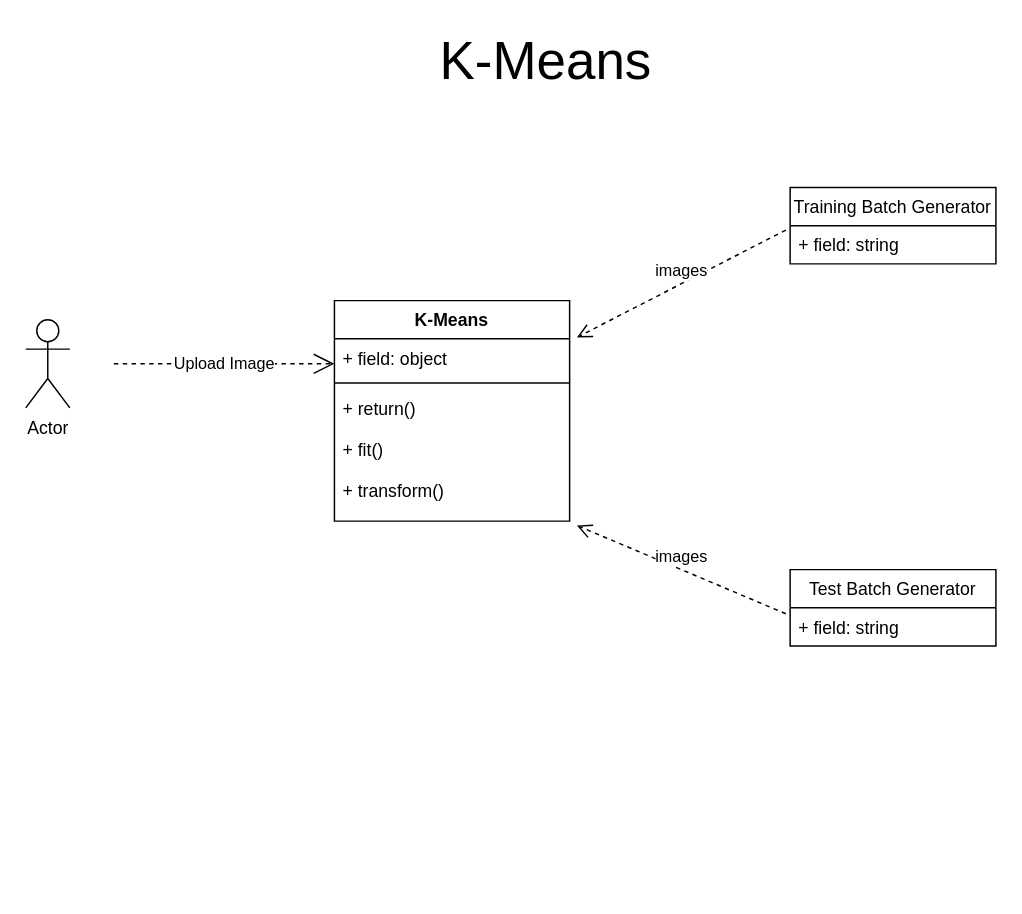
Above: drawioFiles/K-Means.drawio in yoyomolinas/smart-product-recommender (draw.io), before the change. Source tidied: cells renumbered, new cells numbered last; positions are measured from the earlier drawing's top-left corner, leaving out a move shared by most shapes. Both pictures are drawn from the tidied source at 147%, with x=0, y=0 at pixel (25, 25).
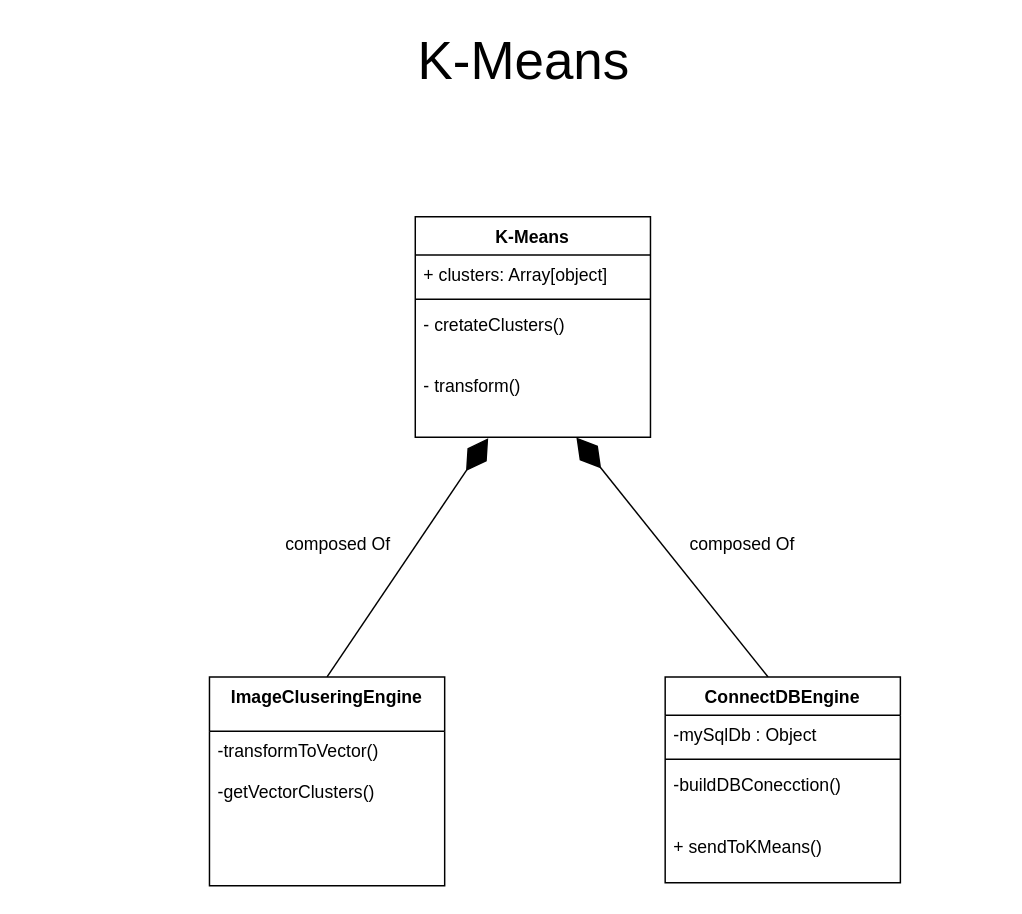
After the change.

Commit message:
renewed kMeans

What changed in the source:
```diff
@@
 <mxGraphModel>
   <root>
     <mxCell id="0" />
     <mxCell id="1" parent="0" />
     <mxCell id="2" value="&lt;font style=&quot;font-size: 36px&quot;&gt;K-Means&lt;/font&gt;" style="text;html=1;align=left;verticalAlign=top;spacingTop=-4;" parent="1" vertex="1">
-      <mxGeometry x="280" width="160" height="20" as="geometry" />
+      <mxGeometry x="265" width="160" height="20" as="geometry" />
     </mxCell>
-    <mxCell id="3" value="Actor" style="shape=umlActor;verticalLabelPosition=bottom;labelBackgroundColor=#ffffff;verticalAlign=top;html=1;" parent="1" vertex="1">
-      <mxGeometry y="200" width="30" height="60" as="geometry" />
-    </mxCell>
-    <mxCell id="4" value="Upload Image" style="endArrow=open;endSize=12;dashed=1;html=1;" parent="1" edge="1">
-      <mxGeometry relative="1" as="geometry">
-        <mxPoint x="60" y="230" as="sourcePoint" />
-        <mxPoint x="210" y="230" as="targetPoint" />
-      </mxGeometry>
-    </mxCell>
     <mxCell id="5" value="K-Means" style="swimlane;fontStyle=1;align=center;verticalAlign=top;horizontal=1;startSize=26;" parent="1" vertex="1">
-      <mxGeometry x="210" y="187" width="160" height="150" as="geometry" />
+      <mxGeometry x="265" y="130" width="160" height="150" as="geometry" />
     </mxCell>
-    <mxCell id="6" value="+ field: object" style="text;strokeColor=none;fillColor=none;align=left;verticalAlign=top;spacingLeft=4;spacingRight=4;overflow=hidden;points=[[0,0.5],[1,0.5]];portConstraint=eastwest;" parent="5" vertex="1">
+    <mxCell id="6" value="+ clusters: Array[object]" style="text;strokeColor=none;fillColor=none;align=left;verticalAlign=top;spacingLeft=4;spacingRight=4;overflow=hidden;points=[[0,0.5],[1,0.5]];portConstraint=eastwest;" parent="5" vertex="1">
       <mxGeometry y="26" width="160" height="26" as="geometry" />
     </mxCell>
     <mxCell id="7" style="line;strokeWidth=1;fillColor=none;align=left;verticalAlign=middle;spacingTop=-1;spacingLeft=3;spacingRight=3;labelPosition=right;" parent="5" vertex="1">
       <mxGeometry y="52" width="160" height="8" as="geometry" />
     </mxCell>
-    <mxCell id="8" value="+ return()&#10;&#10;+ fit()&#10;&#10;+ transform()" style="text;strokeColor=none;fillColor=none;align=left;verticalAlign=top;spacingLeft=4;spacingRight=4;overflow=hidden;points=[[0,0.5],[1,0.5]];portConstraint=eastwest;" parent="5" vertex="1">
+    <mxCell id="8" value="- cretateClusters()&#10;&#10;&#10;- transform()" style="text;strokeColor=none;fillColor=none;align=left;verticalAlign=top;spacingLeft=4;spacingRight=4;overflow=hidden;points=[[0,0.5],[1,0.5]];portConstraint=eastwest;" parent="5" vertex="1">
       <mxGeometry y="60" width="160" height="90" as="geometry" />
     </mxCell>
-    <mxCell id="9" value="Training Batch Generator" style="swimlane;fontStyle=0;horizontal=1;startSize=26;fillColor=none;" parent="1" vertex="1">
-      <mxGeometry x="520" y="110" width="140" height="52" as="geometry" />
-    </mxCell>
-    <mxCell id="10" value="+ field: string" style="text;strokeColor=none;fillColor=none;align=left;verticalAlign=top;spacingLeft=4;spacingRight=4;overflow=hidden;points=[[0,0.5],[1,0.5]];portConstraint=eastwest;" parent="9" vertex="1">
-      <mxGeometry y="26" width="140" height="26" as="geometry" />
-    </mxCell>
-    <mxCell id="11" value="Test Batch Generator" style="swimlane;fontStyle=0;horizontal=1;startSize=26;fillColor=none;" parent="1" vertex="1">
-      <mxGeometry x="520" y="370" width="140" height="52" as="geometry" />
-    </mxCell>
-    <mxCell id="12" value="+ field: string" style="text;strokeColor=none;fillColor=none;align=left;verticalAlign=top;spacingLeft=4;spacingRight=4;overflow=hidden;points=[[0,0.5],[1,0.5]];portConstraint=eastwest;" parent="11" vertex="1">
-      <mxGeometry y="26" width="140" height="26" as="geometry" />
-    </mxCell>
-    <mxCell id="13" value="images" style="html=1;verticalAlign=bottom;endArrow=open;dashed=1;endSize=8;exitX=-0.021;exitY=0.154;exitDx=0;exitDy=0;exitPerimeter=0;entryX=1.031;entryY=1.033;entryDx=0;entryDy=0;entryPerimeter=0;" parent="1" edge="1" source="12" target="8">
-      <mxGeometry relative="1" as="geometry" />
-    </mxCell>
-    <mxCell id="14" value="images" style="html=1;verticalAlign=bottom;endArrow=open;dashed=1;endSize=8;exitX=-0.021;exitY=0.115;exitDx=0;exitDy=0;exitPerimeter=0;entryX=1.031;entryY=-0.038;entryDx=0;entryDy=0;entryPerimeter=0;" parent="1" edge="1" source="10" target="6">
-      <mxGeometry relative="1" as="geometry" />
-    </mxCell>
+    <mxCell id="15" style="endArrow=diamondThin;endFill=1;endSize=24;html=1;entryX=0.31;entryY=1.007;entryDx=0;entryDy=0;entryPerimeter=0;" parent="1" edge="1" target="8">
+      <mxGeometry relative="1" as="geometry">
+        <mxPoint x="205" y="443" as="sourcePoint" />
+      </mxGeometry>
+    </mxCell>
+    <mxCell id="16" style="endArrow=diamondThin;endFill=1;endSize=24;html=1;entryX=0.31;entryY=1.007;entryDx=0;entryDy=0;entryPerimeter=0;" parent="1" edge="1">
+      <mxGeometry relative="1" as="geometry">
+        <mxPoint x="505" y="443" as="sourcePoint" />
+        <mxPoint x="374.6" y="280.1" as="targetPoint" />
+      </mxGeometry>
+    </mxCell>
+    <mxCell id="17" value="ImageCluseringEngine" style="swimlane;fontStyle=1;align=center;verticalAlign=top;horizontal=1;startSize=37;" parent="1" vertex="1">
+      <mxGeometry x="125" y="443" width="160" height="142" as="geometry" />
+    </mxCell>
+    <mxCell id="18" value="-transformToVector()&#10;&#10;-getVectorClusters()" style="text;strokeColor=none;fillColor=none;align=left;verticalAlign=top;spacingLeft=4;spacingRight=4;overflow=hidden;" parent="17" vertex="1">
+      <mxGeometry y="37" width="160" height="105" as="geometry" />
+    </mxCell>
+    <mxCell id="19" value="ConnectDBEngine" style="swimlane;fontStyle=1;align=center;verticalAlign=top;horizontal=1;startSize=26;" parent="1" vertex="1">
+      <mxGeometry x="435" y="443" width="160" height="140" as="geometry" />
+    </mxCell>
+    <mxCell id="20" value="-mySqlDb : Object" style="text;strokeColor=none;fillColor=none;align=left;verticalAlign=top;spacingLeft=4;spacingRight=4;overflow=hidden;" parent="19" vertex="1">
+      <mxGeometry y="26" width="160" height="26" as="geometry" />
+    </mxCell>
+    <mxCell id="21" style="line;strokeWidth=1;fillColor=none;align=left;verticalAlign=middle;spacingTop=-1;spacingLeft=3;spacingRight=3;labelPosition=right;" parent="19" vertex="1">
+      <mxGeometry y="52" width="160" height="8" as="geometry" />
+    </mxCell>
+    <mxCell id="22" value="-buildDBConecction()&#10;&#10;&#10;+ sendToKMeans()" style="text;strokeColor=none;fillColor=none;align=left;verticalAlign=top;spacingLeft=4;spacingRight=4;overflow=hidden;" parent="19" vertex="1">
+      <mxGeometry y="60" width="160" height="80" as="geometry" />
+    </mxCell>
+    <mxCell id="23" value="composed Of" style="text;html=1;align=left;verticalAlign=top;spacingTop=-4;" parent="1" vertex="1">
+      <mxGeometry x="175" y="343" width="90" height="10" as="geometry" />
+    </mxCell>
+    <mxCell id="24" value="composed Of" style="text;html=1;align=left;verticalAlign=top;spacingTop=-4;" parent="1" vertex="1">
+      <mxGeometry x="450" y="343" width="90" height="10" as="geometry" />
+    </mxCell>
   </root>
 </mxGraphModel>
```
